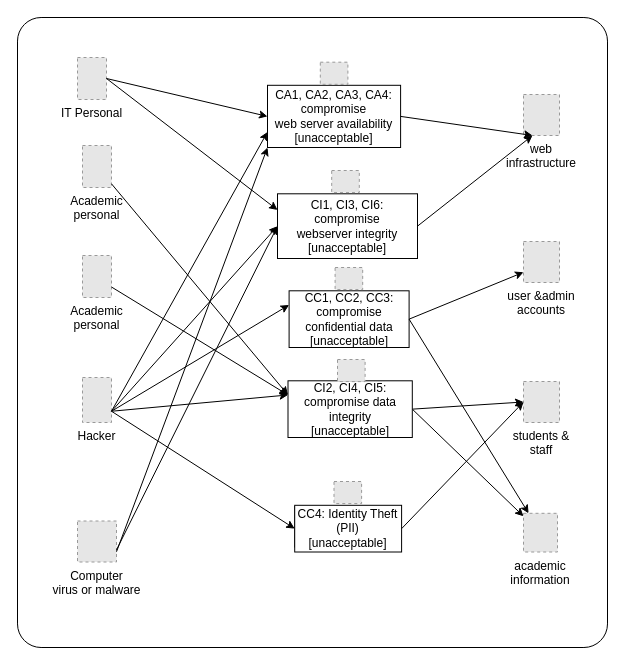
Earlier version of the draw.io diagram 2025/T2-Cyber-Security/lms-risk-diagram.drawio (RajuTaddi/ms-latrobe). Source tidied: cells renumbered, new cells numbered last; positions are measured from the earlier drawing's top-left corner, leaving out a move shared by most shapes. Both pictures are drawn from the tidied source at 100%, with x=0, y=0 at pixel (17, 17). Pictures stored in the file or linked from it are replaced by grey dashed boxes.
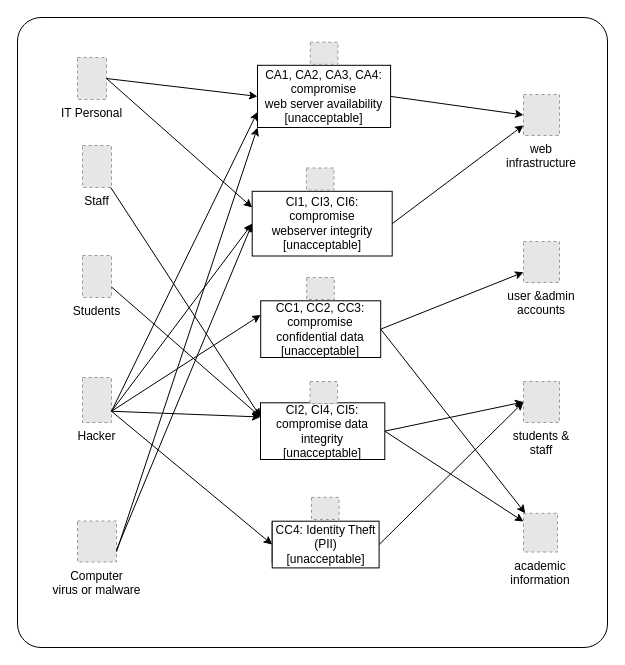
The same diagram, later.

The change refers to these unchanged cells:
```xml
<mxCell id="7" value="web&#10;infrastructure" style="fillColor=#E6E6E6;strokeColor=#999999;dashed=1;verticalLabelPosition=bottom;verticalAlign=top;" parent="1" vertex="1">
  <mxGeometry x="506" y="77" width="36" height="41" as="geometry" />
</mxCell>
<mxCell id="11" value="CA1, CA2, CA3, CA4: compromise&lt;div&gt;web server availability&lt;/div&gt;&lt;div&gt;[unacceptable]&lt;/div&gt;" style="rounded=0;whiteSpace=wrap;html=1;" parent="10" vertex="1">
  <mxGeometry y="17.8" width="133.1" height="62.2" as="geometry" />
</mxCell>
<mxCell id="33" value="CI1, CI3, CI6: compromise&lt;div&gt;webserver integrity&lt;/div&gt;&lt;div&gt;[&lt;span style=&quot;background-color: transparent; color: light-dark(rgb(0, 0, 0), rgb(255, 255, 255));&quot;&gt;unacceptable&lt;/span&gt;&lt;span style=&quot;background-color: transparent; color: light-dark(rgb(0, 0, 0), rgb(255, 255, 255));&quot;&gt;]&lt;/span&gt;&lt;/div&gt;" style="rounded=0;whiteSpace=wrap;html=1;" parent="32" vertex="1">
  <mxGeometry y="15.3" width="140" height="64.7" as="geometry" />
</mxCell>
```

What changed in the source:
```diff
@@
     <mxCell id="10" style="group;" parent="1" vertex="1">
-      <mxGeometry x="250" y="50" width="154.1" height="80" as="geometry" />
+      <mxGeometry x="240" y="30" width="154.1" height="80" as="geometry" />
     </mxCell>
@@
     <mxCell id="14" style="group;" parent="1" vertex="1">
-      <mxGeometry x="277.2" y="479.5" width="123.8" height="55" as="geometry" />
+      <mxGeometry x="254.7" y="495.4" width="123.8" height="55" as="geometry" />
     </mxCell>
@@
     <mxCell id="20" style="group;" parent="1" vertex="1">
-      <mxGeometry x="271.6" y="260" width="130" height="80" as="geometry" />
+      <mxGeometry x="243.2" y="270" width="130" height="80" as="geometry" />
     </mxCell>
@@
-    <mxCell id="22" value="Academic&#10;personal" style="fillColor=#E6E6E6;strokeColor=#999999;dashed=1;verticalLabelPosition=bottom;verticalAlign=top;" parent="1" vertex="1">
+    <mxCell id="22" value="Staff" style="fillColor=#E6E6E6;strokeColor=#999999;dashed=1;verticalLabelPosition=bottom;verticalAlign=top;" parent="1" vertex="1">
       <mxGeometry x="65" y="128" width="29" height="42" as="geometry" />
     </mxCell>
@@
-    <mxCell id="24" value="Academic&#10;personal" style="fillColor=#E6E6E6;strokeColor=#999999;dashed=1;verticalLabelPosition=bottom;verticalAlign=top;" parent="1" vertex="1">
+    <mxCell id="24" value="Students" style="fillColor=#E6E6E6;strokeColor=#999999;dashed=1;verticalLabelPosition=bottom;verticalAlign=top;" parent="1" vertex="1">
       <mxGeometry x="65" y="238" width="29" height="42" as="geometry" />
     </mxCell>
@@
-    <mxCell id="29" style="endArrow=classic;html=1;rounded=0;exitX=1;exitY=0.5;exitDx=0;exitDy=0;entryX=0.25;entryY=1;entryDx=0;entryDy=0;" parent="1" edge="1" source="11" target="7">
+    <mxCell id="29" style="endArrow=classic;html=1;rounded=0;exitX=1;exitY=0.5;exitDx=0;exitDy=0;entryX=0;entryY=0.5;entryDx=0;entryDy=0;" parent="1" edge="1" source="11" target="7">
       <mxGeometry relative="1" as="geometry" />
     </mxCell>
@@
     <mxCell id="32" style="group;" parent="1" vertex="1">
-      <mxGeometry x="260" y="161" width="141" height="80" as="geometry" />
+      <mxGeometry x="234.7" y="158.5" width="141" height="80" as="geometry" />
     </mxCell>
@@
-    <mxCell id="35" style="endArrow=classic;html=1;rounded=0;exitX=1;exitY=0.5;exitDx=0;exitDy=0;entryX=0.25;entryY=1;entryDx=0;entryDy=0;" parent="1" edge="1" source="33" target="7">
+    <mxCell id="35" style="endArrow=classic;html=1;rounded=0;exitX=1;exitY=0.5;exitDx=0;exitDy=0;entryX=0;entryY=0.75;entryDx=0;entryDy=0;" parent="1" edge="1" source="33" target="7">
       <mxGeometry relative="1" as="geometry" />
     </mxCell>
@@
     <mxCell id="38" style="fillColor=#E6E6E6;strokeColor=#999999;dashed=1;verticalLabelPosition=bottom;verticalAlign=top;" parent="1" vertex="1">
-      <mxGeometry x="314.2" y="153" width="27.6" height="22.1" as="geometry" />
+      <mxGeometry x="288.9" y="150.5" width="27.6" height="22.1" as="geometry" />
     </mxCell>
     <mxCell id="39" style="fillColor=#E6E6E6;strokeColor=#999999;dashed=1;verticalLabelPosition=bottom;verticalAlign=top;" parent="1" vertex="1">
-      <mxGeometry x="317.6" y="250" width="27.6" height="22.1" as="geometry" />
+      <mxGeometry x="289.2" y="260" width="27.6" height="22.1" as="geometry" />
     </mxCell>
     <mxCell id="40" style="fillColor=#E6E6E6;strokeColor=#999999;dashed=1;verticalLabelPosition=bottom;verticalAlign=top;" parent="1" vertex="1">
-      <mxGeometry x="316.5" y="464" width="27.6" height="22.1" as="geometry" />
+      <mxGeometry x="294" y="479.9" width="27.6" height="22.1" as="geometry" />
     </mxCell>
@@
     <mxCell id="45" style="group;" parent="1" vertex="1">
-      <mxGeometry x="270.5" y="350" width="129.5" height="70" as="geometry" />
+      <mxGeometry x="243" y="372" width="129.5" height="70" as="geometry" />
     </mxCell>
@@
     <mxCell id="47" style="fillColor=#E6E6E6;strokeColor=#999999;dashed=1;verticalLabelPosition=bottom;verticalAlign=top;" parent="1" vertex="1">
-      <mxGeometry x="320" y="342" width="27.6" height="22.1" as="geometry" />
+      <mxGeometry x="292.5" y="364" width="27.6" height="22.1" as="geometry" />
     </mxCell>
```
